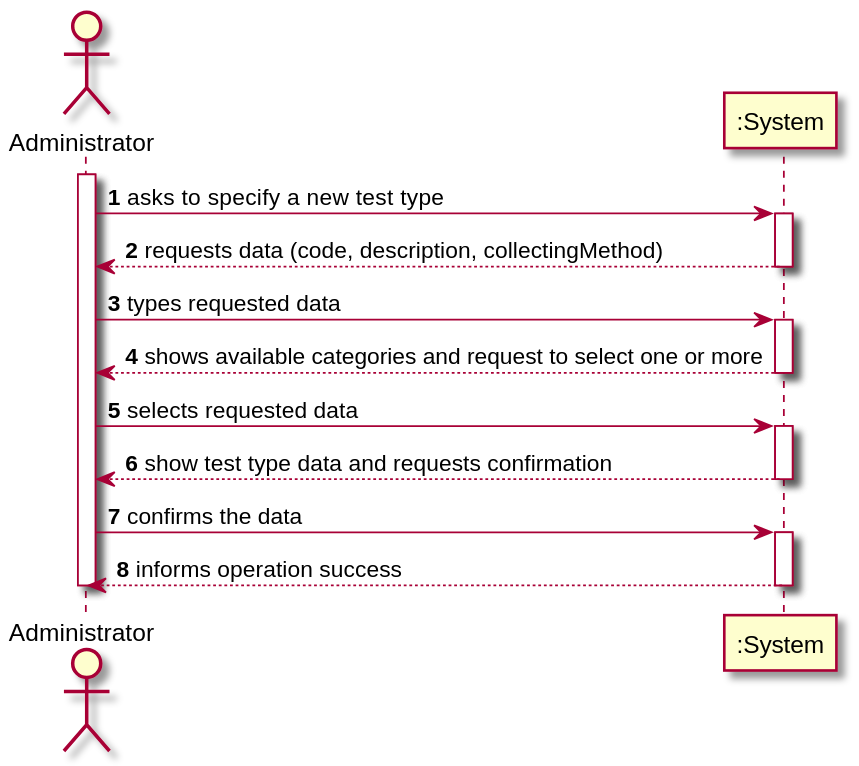
Earlier version of the PlantUML export docs/SprintB/US_9/US9_SSD.svg (ana-albergaria/LAPR2-ISEP). Its diagram source:
```plantuml
@startuml
autonumber
actor Administrator as A

activate A
A -> ":System" : asks to specify a new test type
activate ":System"
":System" --> A : requests data (code, description, collectingMethod)
deactivate ":System"
A -> ":System" : types requested data
activate ":System"
":System" --> A : shows available categories and request to select one or more
deactivate ":System"
A -> ":System" : selects requested data
activate ":System"
":System" --> A : show test type data and requests confirmation
deactivate ":System"
A -> ":System" : confirms the data
activate ":System"
":System" --> A : informs operation success
deactivate ":System"

deactivate A

@enduml
```
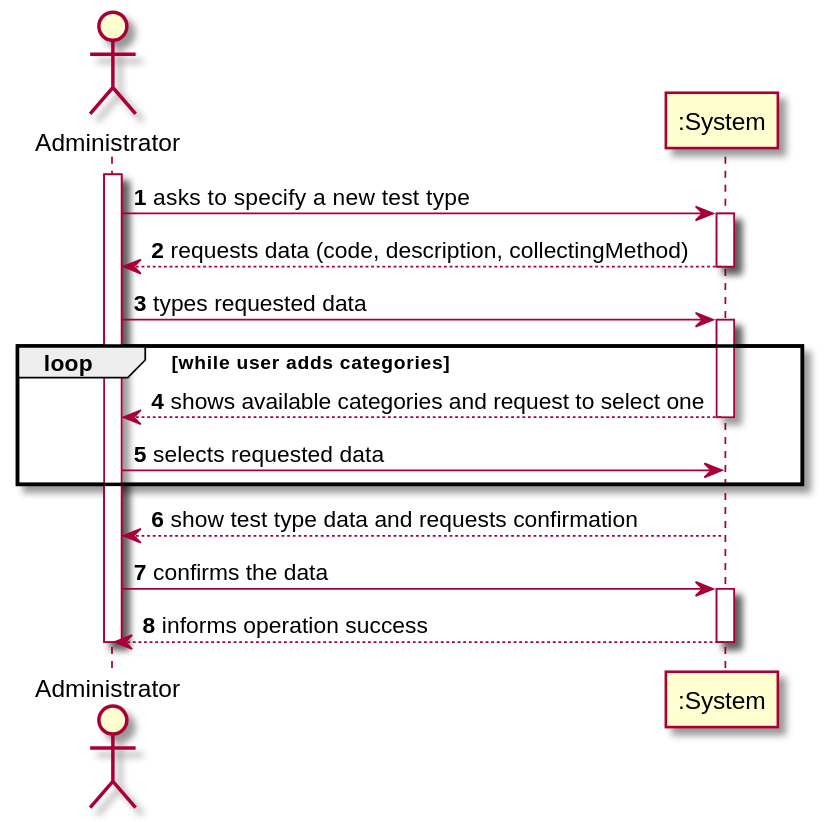
After the change.

The edit, as a diff of the source:
```diff
@@ -8,10 +8,12 @@
 ":System" --> A : requests data (code, description, collectingMethod)
 deactivate ":System"
 A -> ":System" : types requested data
+loop while user adds categories
 activate ":System"
-":System" --> A : shows available categories and request to select one or more
+":System" --> A : shows available categories and request to select one
 deactivate ":System"
 A -> ":System" : selects requested data
+end
 activate ":System"
 ":System" --> A : show test type data and requests confirmation
 deactivate ":System"
```
